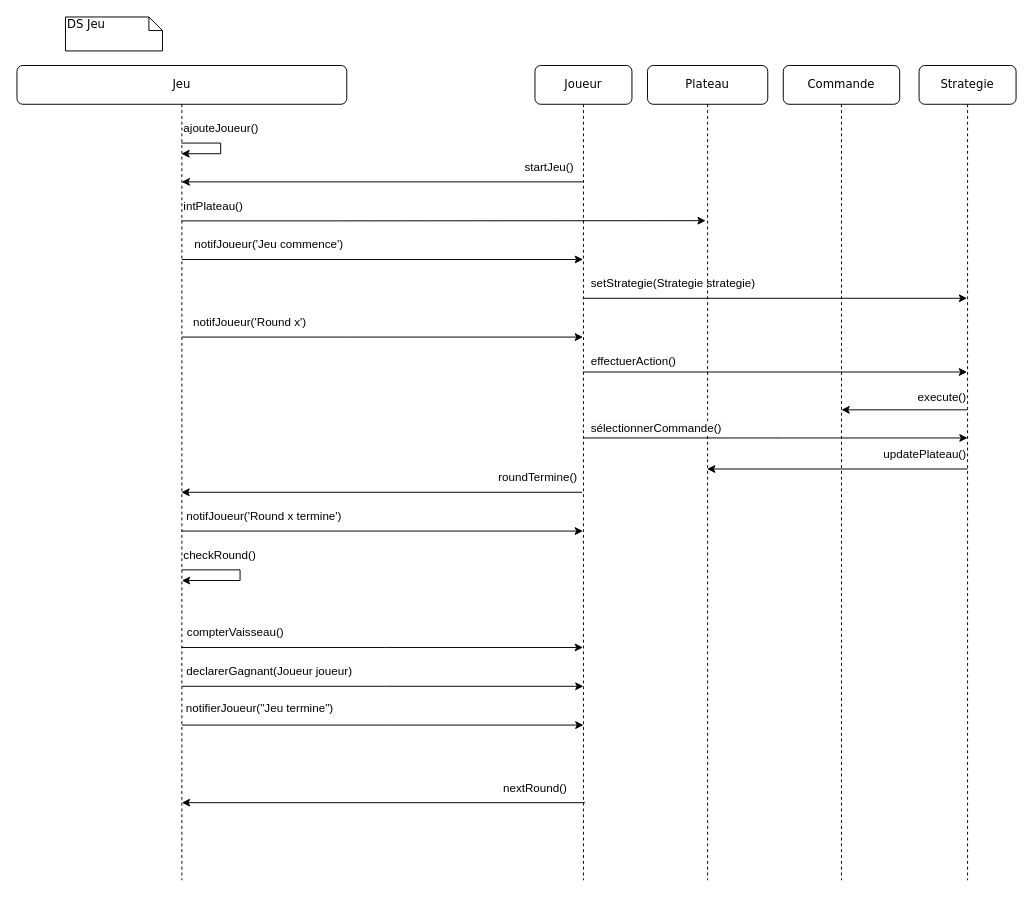
Above: page "Sequence de Jeu" (1 of 4) of diagrammedesequence.drawio in haikll/pocket_imperium_java (draw.io), before the change. Source tidied: cells renumbered, new cells numbered last; positions are measured from the earlier drawing's top-left corner, leaving out a move shared by most shapes. Both pictures are drawn from the tidied source at 97%, with x=0, y=0 at pixel (16, 16).
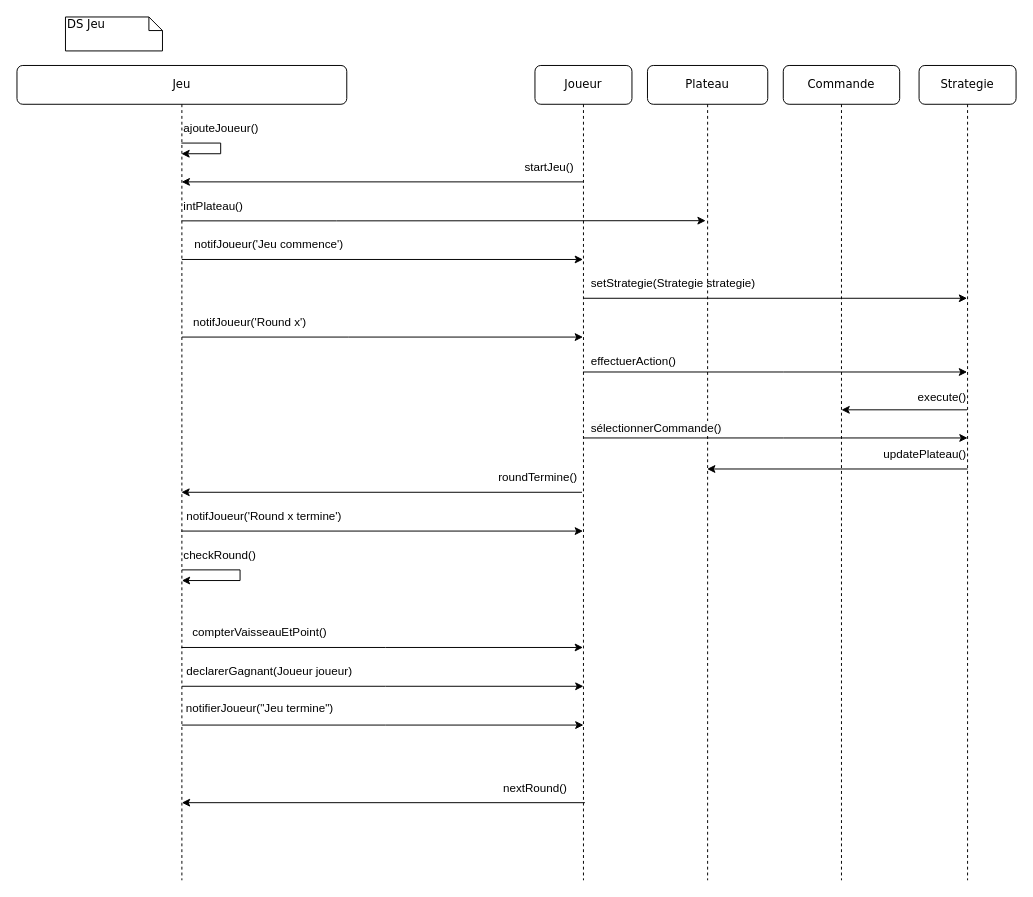
The same diagram, later.

Commit message:
Mettre à jour diagrammedesequence.drawio

The change refers to these unchanged cells:
```xml
<mxCell id="15" value="Jeu" style="shape=umlLifeline;perimeter=lifelinePerimeter;whiteSpace=wrap;html=1;outlineConnect=0;rounded=1;shadow=0;comic=0;labelBackgroundColor=none;strokeWidth=1;fontFamily=Verdana;fontSize=12;align=center;" parent="1" vertex="1">
  <mxGeometry y="50" width="340" height="840" as="geometry" />
</mxCell>
```

What changed in the source:
```diff
@@
-    <mxCell id="20" value="compterVaisseau()" style="text;html=1;align=center;verticalAlign=middle;strokeColor=none;fillColor=none;" parent="15" vertex="1">
-      <mxGeometry x="160" y="570" width="130" height="30" as="geometry" />
+    <mxCell id="20" value="compterVaisseauEtPoint()" style="text;html=1;align=center;verticalAlign=middle;strokeColor=none;fillColor=none;" parent="15" vertex="1">
+      <mxGeometry x="170" y="570" width="160" height="30" as="geometry" />
     </mxCell>
```
